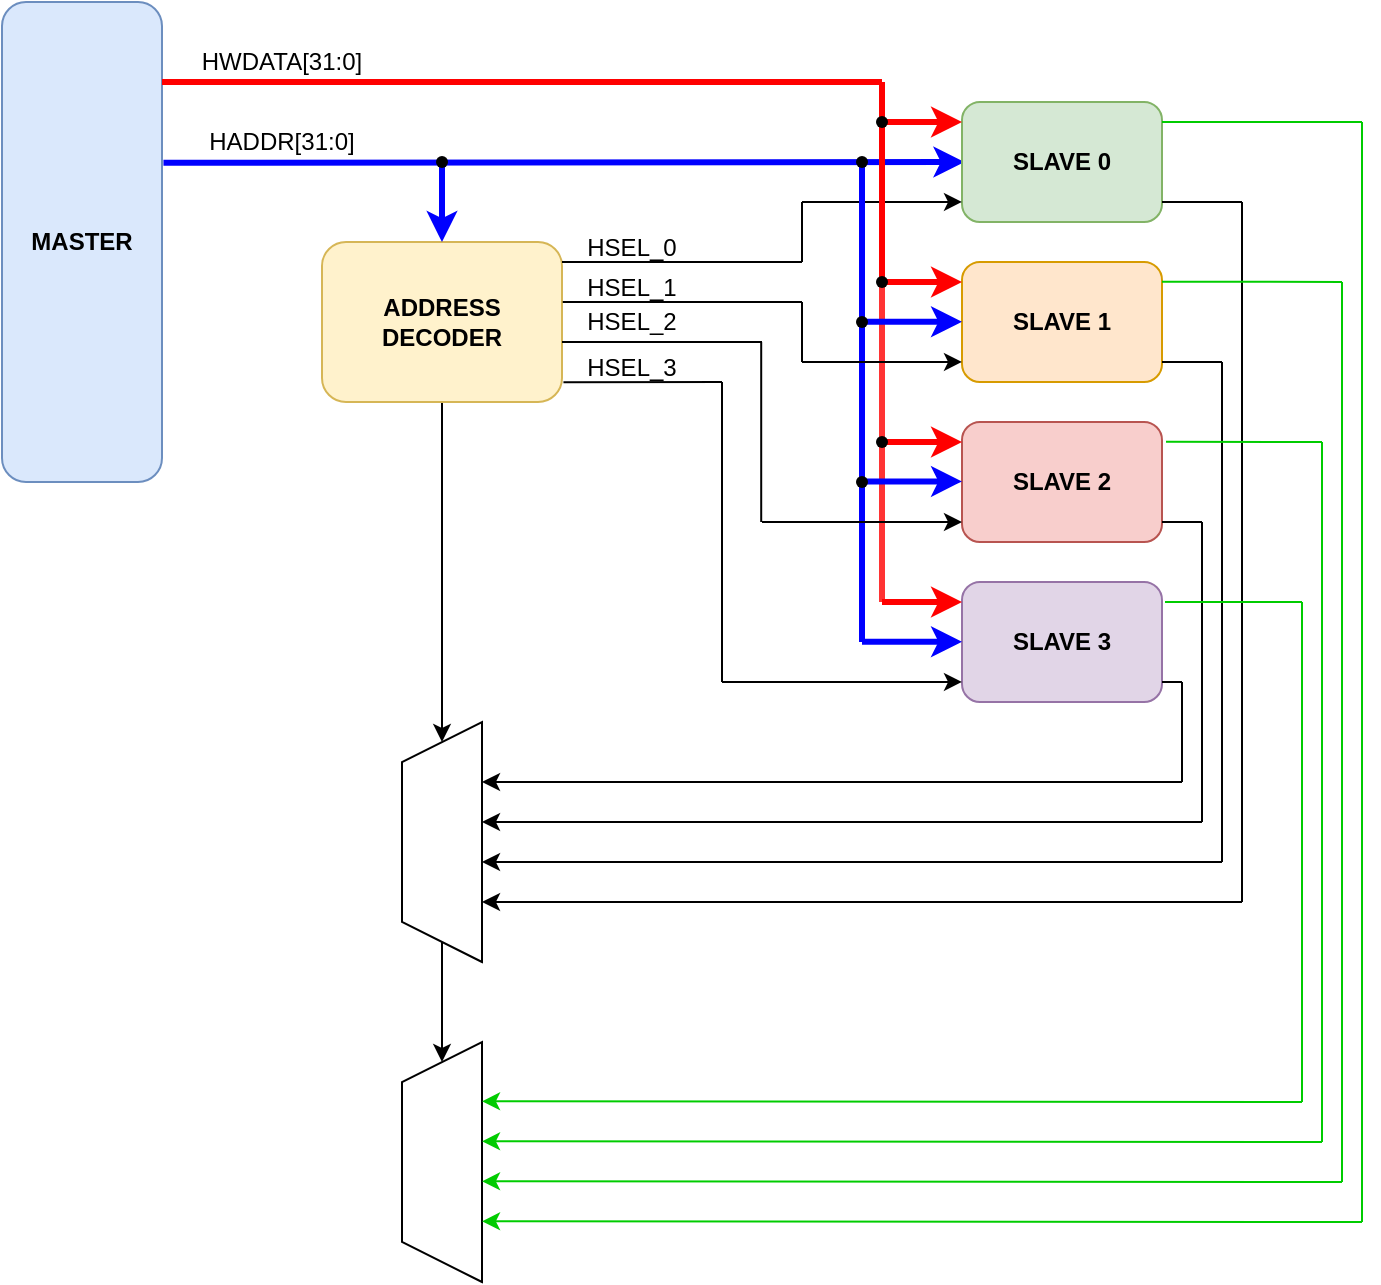
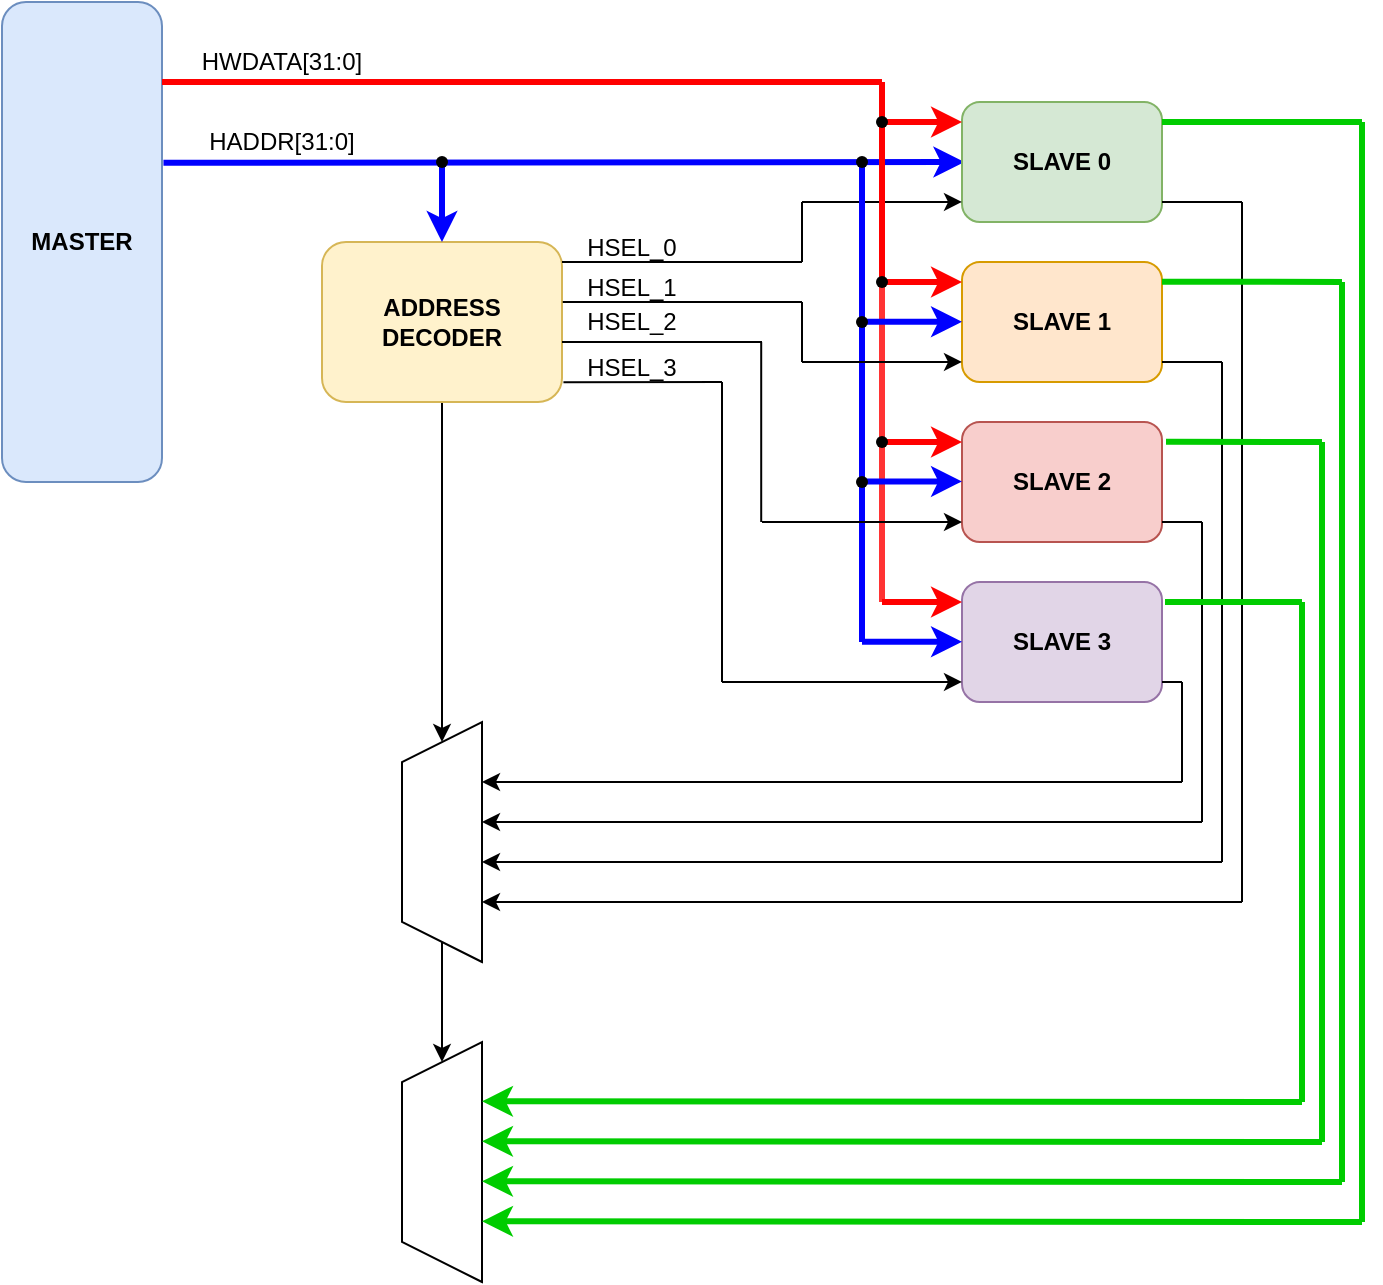
<mxfile host="app.diagrams.net" agent="Mozilla/5.0 (Windows NT 10.0; Win64; x64) AppleWebKit/537.36 (KHTML, like Gecko) Chrome/144.0.0.0 Safari/537.36 Edg/144.0.0.0" pages="4">
  <diagram id="00dOMP4ly3Yvcw6Omt_P" name="AHB Block Diagram">
-     <mxGraphModel dx="364" dy="526" grid="1" gridSize="10" guides="1" tooltips="1" connect="1" arrows="1" fold="1" page="1" pageScale="1" pageWidth="850" pageHeight="1100" math="0" shadow="0">
+     <mxGraphModel dx="437" dy="631" grid="1" gridSize="10" guides="1" tooltips="1" connect="1" arrows="1" fold="1" page="1" pageScale="1" pageWidth="850" pageHeight="1100" math="0" shadow="0">
      <root>
        <mxCell id="0" />
        <mxCell id="1" parent="0" />
        <mxCell id="WVtcaOnAu4kVJNJomXHp-1" parent="1" style="rounded=1;whiteSpace=wrap;html=1;fillColor=#dae8fc;strokeColor=#6c8ebf;" value="&lt;b&gt;MASTER&lt;/b&gt;" vertex="1">
          <mxGeometry height="240" width="80" x="80" y="160" as="geometry" />
        </mxCell>
        <mxCell id="WVtcaOnAu4kVJNJomXHp-55" edge="1" parent="1" source="WVtcaOnAu4kVJNJomXHp-3" style="edgeStyle=orthogonalEdgeStyle;rounded=0;orthogonalLoop=1;jettySize=auto;html=1;entryX=1;entryY=0.5;entryDx=0;entryDy=0;" target="WVtcaOnAu4kVJNJomXHp-53">
          <mxGeometry relative="1" as="geometry" />
        </mxCell>
        <mxCell id="WVtcaOnAu4kVJNJomXHp-3" parent="1" style="rounded=1;whiteSpace=wrap;html=1;fillColor=#fff2cc;strokeColor=#d6b656;" value="&lt;b&gt;ADDRESS DECODER&lt;/b&gt;" vertex="1">
          <mxGeometry height="80" width="120" x="240" y="280" as="geometry" />
        </mxCell>
        <mxCell id="WVtcaOnAu4kVJNJomXHp-4" edge="1" parent="1" source="WVtcaOnAu4kVJNJomXHp-1" style="endArrow=classic;html=1;rounded=0;exitX=1.009;exitY=0.335;exitDx=0;exitDy=0;exitPerimeter=0;strokeWidth=3;strokeColor=#0000FF;" value="">
          <mxGeometry height="50" relative="1" width="50" as="geometry">
            <mxPoint x="170" y="240" as="sourcePoint" />
            <mxPoint x="561.2" y="240" as="targetPoint" />
          </mxGeometry>
        </mxCell>
        <mxCell id="WVtcaOnAu4kVJNJomXHp-5" edge="1" parent="1" source="WVtcaOnAu4kVJNJomXHp-6" style="endArrow=classic;html=1;rounded=0;entryX=0.5;entryY=0;entryDx=0;entryDy=0;strokeWidth=3;strokeColor=#0000FF;" target="WVtcaOnAu4kVJNJomXHp-3" value="">
          <mxGeometry height="50" relative="1" width="50" as="geometry">
            <mxPoint x="340" y="240" as="sourcePoint" />
            <mxPoint x="390" y="190" as="targetPoint" />
          </mxGeometry>
        </mxCell>
        <mxCell id="WVtcaOnAu4kVJNJomXHp-6" parent="1" style="shape=waypoint;sketch=0;fillStyle=solid;size=6;pointerEvents=1;points=[];fillColor=none;resizable=0;rotatable=0;perimeter=centerPerimeter;snapToPoint=1;" value="" vertex="1">
          <mxGeometry height="20" width="20" x="290" y="230" as="geometry" />
        </mxCell>
        <mxCell id="WVtcaOnAu4kVJNJomXHp-7" parent="1" style="rounded=1;whiteSpace=wrap;html=1;fillColor=#d5e8d4;strokeColor=#82b366;fontStyle=1" value="SLAVE 0" vertex="1">
          <mxGeometry height="60" width="100" x="560" y="210" as="geometry" />
        </mxCell>
        <mxCell id="WVtcaOnAu4kVJNJomXHp-8" parent="1" style="rounded=1;whiteSpace=wrap;html=1;fillColor=#ffe6cc;strokeColor=#d79b00;fontStyle=1" value="SLAVE 1" vertex="1">
          <mxGeometry height="60" width="100" x="560" y="290" as="geometry" />
        </mxCell>
        <mxCell id="WVtcaOnAu4kVJNJomXHp-9" parent="1" style="rounded=1;whiteSpace=wrap;html=1;fillColor=#f8cecc;strokeColor=#b85450;fontStyle=1" value="SLAVE 2" vertex="1">
          <mxGeometry height="60" width="100" x="560" y="370" as="geometry" />
        </mxCell>
        <mxCell id="WVtcaOnAu4kVJNJomXHp-10" parent="1" style="rounded=1;whiteSpace=wrap;html=1;fillColor=#e1d5e7;strokeColor=#9673a6;fontStyle=1" value="SLAVE 3" vertex="1">
          <mxGeometry height="60" width="100" x="560" y="450" as="geometry" />
        </mxCell>
        <mxCell id="WVtcaOnAu4kVJNJomXHp-11" edge="1" parent="1" source="WVtcaOnAu4kVJNJomXHp-3" style="endArrow=none;html=1;rounded=0;exitX=1;exitY=0.125;exitDx=0;exitDy=0;exitPerimeter=0;" value="">
          <mxGeometry height="50" relative="1" width="50" as="geometry">
            <mxPoint x="410" y="290" as="sourcePoint" />
            <mxPoint x="480" y="290" as="targetPoint" />
          </mxGeometry>
        </mxCell>
        <mxCell id="WVtcaOnAu4kVJNJomXHp-12" edge="1" parent="1" style="endArrow=none;html=1;rounded=0;" value="">
          <mxGeometry height="50" relative="1" width="50" as="geometry">
            <mxPoint x="480" y="290" as="sourcePoint" />
            <mxPoint x="480" y="260" as="targetPoint" />
          </mxGeometry>
        </mxCell>
        <mxCell id="WVtcaOnAu4kVJNJomXHp-13" edge="1" parent="1" style="endArrow=classic;html=1;rounded=0;entryX=0;entryY=0.833;entryDx=0;entryDy=0;entryPerimeter=0;" target="WVtcaOnAu4kVJNJomXHp-7" value="">
          <mxGeometry height="50" relative="1" width="50" as="geometry">
            <mxPoint x="480" y="260" as="sourcePoint" />
            <mxPoint x="540" y="260" as="targetPoint" />
          </mxGeometry>
        </mxCell>
        <mxCell id="WVtcaOnAu4kVJNJomXHp-18" edge="1" parent="1" style="endArrow=none;html=1;rounded=0;strokeWidth=3;strokeColor=#FF0000;" value="">
          <mxGeometry height="50" relative="1" width="50" as="geometry">
            <mxPoint x="160" y="200" as="sourcePoint" />
            <mxPoint x="520" y="200" as="targetPoint" />
          </mxGeometry>
        </mxCell>
        <mxCell id="WVtcaOnAu4kVJNJomXHp-19" edge="1" parent="1" source="WVtcaOnAu4kVJNJomXHp-25" style="endArrow=none;html=1;rounded=0;strokeWidth=3;strokeColor=#FF0000;" value="">
          <mxGeometry height="50" relative="1" width="50" as="geometry">
            <mxPoint x="520" y="380" as="sourcePoint" />
            <mxPoint x="520" y="200" as="targetPoint" />
          </mxGeometry>
        </mxCell>
        <mxCell id="WVtcaOnAu4kVJNJomXHp-20" edge="1" parent="1" style="endArrow=classic;html=1;rounded=0;entryX=0;entryY=0.167;entryDx=0;entryDy=0;entryPerimeter=0;strokeWidth=3;strokeColor=#FF0000;" target="WVtcaOnAu4kVJNJomXHp-7" value="">
          <mxGeometry height="50" relative="1" width="50" as="geometry">
            <mxPoint x="520" y="220" as="sourcePoint" />
            <mxPoint x="570" y="170" as="targetPoint" />
          </mxGeometry>
        </mxCell>
        <mxCell id="WVtcaOnAu4kVJNJomXHp-22" edge="1" parent="1" style="endArrow=classic;html=1;rounded=0;entryX=0;entryY=0.167;entryDx=0;entryDy=0;entryPerimeter=0;strokeWidth=3;strokeColor=#FF0000;" value="">
          <mxGeometry height="50" relative="1" width="50" as="geometry">
            <mxPoint x="520" y="300" as="sourcePoint" />
            <mxPoint x="560" y="300" as="targetPoint" />
          </mxGeometry>
        </mxCell>
        <mxCell id="WVtcaOnAu4kVJNJomXHp-23" parent="1" style="shape=waypoint;sketch=0;fillStyle=solid;size=6;pointerEvents=1;points=[];fillColor=none;resizable=0;rotatable=0;perimeter=centerPerimeter;snapToPoint=1;" value="" vertex="1">
          <mxGeometry height="20" width="20" x="510" y="210" as="geometry" />
        </mxCell>
        <mxCell id="WVtcaOnAu4kVJNJomXHp-24" edge="1" parent="1" style="endArrow=classic;html=1;rounded=0;entryX=0;entryY=0.167;entryDx=0;entryDy=0;entryPerimeter=0;strokeWidth=3;strokeColor=#FF0000;" value="">
          <mxGeometry height="50" relative="1" width="50" as="geometry">
            <mxPoint x="520" y="380" as="sourcePoint" />
            <mxPoint x="560" y="380" as="targetPoint" />
          </mxGeometry>
        </mxCell>
        <mxCell id="WVtcaOnAu4kVJNJomXHp-26" edge="1" parent="1" style="endArrow=none;html=1;rounded=0;strokeWidth=3;strokeColor=#FF3333;" target="WVtcaOnAu4kVJNJomXHp-25" value="">
          <mxGeometry height="50" relative="1" width="50" as="geometry">
            <mxPoint x="520" y="460" as="sourcePoint" />
            <mxPoint x="520" y="200" as="targetPoint" />
          </mxGeometry>
        </mxCell>
        <mxCell id="WVtcaOnAu4kVJNJomXHp-25" parent="1" style="shape=waypoint;sketch=0;fillStyle=solid;size=6;pointerEvents=1;points=[];fillColor=none;resizable=0;rotatable=0;perimeter=centerPerimeter;snapToPoint=1;" value="" vertex="1">
          <mxGeometry height="20" width="20" x="510" y="290" as="geometry" />
        </mxCell>
        <mxCell id="WVtcaOnAu4kVJNJomXHp-27" edge="1" parent="1" style="endArrow=none;html=1;rounded=0;strokeWidth=3;strokeColor=#0000FF;" target="WVtcaOnAu4kVJNJomXHp-30" value="">
          <mxGeometry height="50" relative="1" width="50" as="geometry">
            <mxPoint x="510" y="480" as="sourcePoint" />
            <mxPoint x="510" y="240" as="targetPoint" />
          </mxGeometry>
        </mxCell>
        <mxCell id="WVtcaOnAu4kVJNJomXHp-28" edge="1" parent="1" style="endArrow=classic;html=1;rounded=0;entryX=0;entryY=0.167;entryDx=0;entryDy=0;entryPerimeter=0;strokeWidth=3;strokeColor=#0000FF;" value="">
          <mxGeometry height="50" relative="1" width="50" as="geometry">
            <mxPoint x="510" y="399.72" as="sourcePoint" />
            <mxPoint x="560" y="399.72" as="targetPoint" />
          </mxGeometry>
        </mxCell>
        <mxCell id="WVtcaOnAu4kVJNJomXHp-29" edge="1" parent="1" style="endArrow=classic;html=1;rounded=0;entryX=0;entryY=0.167;entryDx=0;entryDy=0;entryPerimeter=0;strokeWidth=3;strokeColor=#0000FF;" value="">
          <mxGeometry height="50" relative="1" width="50" as="geometry">
            <mxPoint x="510" y="319.86" as="sourcePoint" />
            <mxPoint x="560" y="319.86" as="targetPoint" />
          </mxGeometry>
        </mxCell>
        <mxCell id="WVtcaOnAu4kVJNJomXHp-30" parent="1" style="shape=waypoint;sketch=0;fillStyle=solid;size=6;pointerEvents=1;points=[];fillColor=none;resizable=0;rotatable=0;perimeter=centerPerimeter;snapToPoint=1;" value="" vertex="1">
          <mxGeometry height="20" width="20" x="500.0000000000001" y="230" as="geometry" />
        </mxCell>
        <mxCell id="WVtcaOnAu4kVJNJomXHp-31" parent="1" style="shape=waypoint;sketch=0;fillStyle=solid;size=6;pointerEvents=1;points=[];fillColor=none;resizable=0;rotatable=0;perimeter=centerPerimeter;snapToPoint=1;" value="" vertex="1">
          <mxGeometry height="20" width="20" x="500" y="310" as="geometry" />
        </mxCell>
        <mxCell id="WVtcaOnAu4kVJNJomXHp-32" edge="1" parent="1" style="endArrow=classic;html=1;rounded=0;entryX=0;entryY=0.167;entryDx=0;entryDy=0;entryPerimeter=0;strokeWidth=3;strokeColor=#FF0000;" value="">
          <mxGeometry height="50" relative="1" width="50" as="geometry">
            <mxPoint x="520" y="460" as="sourcePoint" />
            <mxPoint x="560" y="460" as="targetPoint" />
          </mxGeometry>
        </mxCell>
        <mxCell id="WVtcaOnAu4kVJNJomXHp-33" edge="1" parent="1" style="endArrow=classic;html=1;rounded=0;entryX=0;entryY=0.167;entryDx=0;entryDy=0;entryPerimeter=0;strokeWidth=3;strokeColor=#0000FF;" value="">
          <mxGeometry height="50" relative="1" width="50" as="geometry">
            <mxPoint x="510" y="479.88" as="sourcePoint" />
            <mxPoint x="560" y="479.88" as="targetPoint" />
          </mxGeometry>
        </mxCell>
        <mxCell id="WVtcaOnAu4kVJNJomXHp-34" parent="1" style="shape=waypoint;sketch=0;fillStyle=solid;size=6;pointerEvents=1;points=[];fillColor=none;resizable=0;rotatable=0;perimeter=centerPerimeter;snapToPoint=1;" value="" vertex="1">
          <mxGeometry height="20" width="20" x="510" y="370" as="geometry" />
        </mxCell>
        <mxCell id="WVtcaOnAu4kVJNJomXHp-35" parent="1" style="shape=waypoint;sketch=0;fillStyle=solid;size=6;pointerEvents=1;points=[];fillColor=none;resizable=0;rotatable=0;perimeter=centerPerimeter;snapToPoint=1;" value="" vertex="1">
          <mxGeometry height="20" width="20" x="500" y="390" as="geometry" />
        </mxCell>
        <mxCell id="WVtcaOnAu4kVJNJomXHp-38" edge="1" parent="1" source="WVtcaOnAu4kVJNJomXHp-3" style="endArrow=none;html=1;rounded=0;exitX=1.003;exitY=0.375;exitDx=0;exitDy=0;exitPerimeter=0;" value="">
          <mxGeometry height="50" relative="1" width="50" as="geometry">
            <mxPoint x="400" y="310" as="sourcePoint" />
            <mxPoint x="480" y="310" as="targetPoint" />
          </mxGeometry>
        </mxCell>
        <mxCell id="WVtcaOnAu4kVJNJomXHp-39" edge="1" parent="1" source="WVtcaOnAu4kVJNJomXHp-3" style="endArrow=none;html=1;rounded=0;exitX=1;exitY=0.625;exitDx=0;exitDy=0;exitPerimeter=0;" value="">
          <mxGeometry height="50" relative="1" width="50" as="geometry">
            <mxPoint x="400" y="330" as="sourcePoint" />
            <mxPoint x="460" y="330" as="targetPoint" />
          </mxGeometry>
        </mxCell>
        <mxCell id="WVtcaOnAu4kVJNJomXHp-40" edge="1" parent="1" source="WVtcaOnAu4kVJNJomXHp-3" style="endArrow=none;html=1;rounded=0;exitX=1.006;exitY=0.877;exitDx=0;exitDy=0;exitPerimeter=0;" value="">
          <mxGeometry height="50" relative="1" width="50" as="geometry">
            <mxPoint x="400" y="350" as="sourcePoint" />
            <mxPoint x="440" y="350" as="targetPoint" />
          </mxGeometry>
        </mxCell>
        <mxCell id="WVtcaOnAu4kVJNJomXHp-41" edge="1" parent="1" style="endArrow=none;html=1;rounded=0;" value="">
          <mxGeometry height="50" relative="1" width="50" as="geometry">
            <mxPoint x="440" y="500" as="sourcePoint" />
            <mxPoint x="440" y="350" as="targetPoint" />
          </mxGeometry>
        </mxCell>
        <mxCell id="WVtcaOnAu4kVJNJomXHp-42" edge="1" parent="1" style="endArrow=classic;html=1;rounded=0;entryX=0;entryY=0.833;entryDx=0;entryDy=0;entryPerimeter=0;" target="WVtcaOnAu4kVJNJomXHp-10" value="">
          <mxGeometry height="50" relative="1" width="50" as="geometry">
            <mxPoint x="440" y="499.98" as="sourcePoint" />
            <mxPoint x="470" y="450" as="targetPoint" />
          </mxGeometry>
        </mxCell>
        <mxCell id="WVtcaOnAu4kVJNJomXHp-43" edge="1" parent="1" style="endArrow=none;html=1;rounded=0;" value="">
          <mxGeometry height="50" relative="1" width="50" as="geometry">
            <mxPoint x="459.6" y="420" as="sourcePoint" />
            <mxPoint x="459.6" y="330" as="targetPoint" />
          </mxGeometry>
        </mxCell>
        <mxCell id="WVtcaOnAu4kVJNJomXHp-44" edge="1" parent="1" style="endArrow=classic;html=1;rounded=0;entryX=0;entryY=0.833;entryDx=0;entryDy=0;entryPerimeter=0;" value="">
          <mxGeometry height="50" relative="1" width="50" as="geometry">
            <mxPoint x="460" y="420" as="sourcePoint" />
            <mxPoint x="560" y="420" as="targetPoint" />
          </mxGeometry>
        </mxCell>
        <mxCell id="WVtcaOnAu4kVJNJomXHp-45" edge="1" parent="1" style="endArrow=none;html=1;rounded=0;" value="">
          <mxGeometry height="50" relative="1" width="50" as="geometry">
            <mxPoint x="480" y="340" as="sourcePoint" />
            <mxPoint x="480" y="310" as="targetPoint" />
          </mxGeometry>
        </mxCell>
        <mxCell id="WVtcaOnAu4kVJNJomXHp-46" edge="1" parent="1" style="endArrow=classic;html=1;rounded=0;entryX=0;entryY=0.833;entryDx=0;entryDy=0;entryPerimeter=0;" target="WVtcaOnAu4kVJNJomXHp-8" value="">
          <mxGeometry height="50" relative="1" width="50" as="geometry">
            <mxPoint x="480" y="340" as="sourcePoint" />
            <mxPoint x="550" y="340" as="targetPoint" />
          </mxGeometry>
        </mxCell>
        <mxCell id="WVtcaOnAu4kVJNJomXHp-47" parent="1" style="text;html=1;whiteSpace=wrap;strokeColor=none;fillColor=none;align=center;verticalAlign=middle;rounded=0;" value="HSEL_0" vertex="1">
          <mxGeometry height="15" width="60" x="365" y="275" as="geometry" />
        </mxCell>
        <mxCell id="WVtcaOnAu4kVJNJomXHp-48" parent="1" style="text;html=1;whiteSpace=wrap;strokeColor=none;fillColor=none;align=center;verticalAlign=middle;rounded=0;" value="HSEL_1" vertex="1">
          <mxGeometry height="15" width="60" x="365" y="295" as="geometry" />
        </mxCell>
        <mxCell id="WVtcaOnAu4kVJNJomXHp-49" parent="1" style="text;html=1;whiteSpace=wrap;strokeColor=none;fillColor=none;align=center;verticalAlign=middle;rounded=0;" value="HSEL_2" vertex="1">
          <mxGeometry height="7.5" width="60" x="365" y="316.25" as="geometry" />
        </mxCell>
        <mxCell id="WVtcaOnAu4kVJNJomXHp-50" parent="1" style="text;html=1;whiteSpace=wrap;strokeColor=none;fillColor=none;align=center;verticalAlign=middle;rounded=0;" value="HSEL_3" vertex="1">
          <mxGeometry height="15" width="60" x="365" y="335" as="geometry" />
        </mxCell>
        <mxCell id="WVtcaOnAu4kVJNJomXHp-51" parent="1" style="text;html=1;whiteSpace=wrap;strokeColor=none;fillColor=none;align=center;verticalAlign=middle;rounded=0;" value="HWDATA[31:0]" vertex="1">
          <mxGeometry height="20" width="80" x="180" y="180" as="geometry" />
        </mxCell>
        <mxCell id="WVtcaOnAu4kVJNJomXHp-52" parent="1" style="text;html=1;whiteSpace=wrap;strokeColor=none;fillColor=none;align=center;verticalAlign=middle;rounded=0;" value="HADDR[31:0]" vertex="1">
          <mxGeometry height="20" width="80" x="180" y="220" as="geometry" />
        </mxCell>
        <mxCell id="WVtcaOnAu4kVJNJomXHp-53" parent="1" style="shape=trapezoid;perimeter=trapezoidPerimeter;whiteSpace=wrap;html=1;fixedSize=1;rotation=-90;" value="" vertex="1">
          <mxGeometry height="40" width="120" x="240" y="560" as="geometry" />
        </mxCell>
        <mxCell id="WVtcaOnAu4kVJNJomXHp-54" parent="1" style="shape=trapezoid;perimeter=trapezoidPerimeter;whiteSpace=wrap;html=1;fixedSize=1;rotation=-90;" value="" vertex="1">
          <mxGeometry height="40" width="120" x="240" y="720" as="geometry" />
        </mxCell>
        <mxCell id="WVtcaOnAu4kVJNJomXHp-56" edge="1" parent="1" source="WVtcaOnAu4kVJNJomXHp-53" style="endArrow=classic;html=1;rounded=0;exitX=0;exitY=0.5;exitDx=0;exitDy=0;entryX=1;entryY=0.5;entryDx=0;entryDy=0;" target="WVtcaOnAu4kVJNJomXHp-54" value="">
          <mxGeometry height="50" relative="1" width="50" as="geometry">
            <mxPoint x="360" y="680" as="sourcePoint" />
            <mxPoint x="410" y="630" as="targetPoint" />
          </mxGeometry>
        </mxCell>
        <mxCell id="WVtcaOnAu4kVJNJomXHp-58" edge="1" parent="1" style="endArrow=classic;html=1;rounded=0;" value="">
          <mxGeometry height="50" relative="1" width="50" as="geometry">
            <mxPoint x="670" y="550" as="sourcePoint" />
            <mxPoint x="320" y="550" as="targetPoint" />
          </mxGeometry>
        </mxCell>
        <mxCell id="WVtcaOnAu4kVJNJomXHp-59" edge="1" parent="1" style="endArrow=classic;html=1;rounded=0;" value="">
          <mxGeometry height="50" relative="1" width="50" as="geometry">
            <mxPoint x="680" y="570" as="sourcePoint" />
            <mxPoint x="320" y="570" as="targetPoint" />
          </mxGeometry>
        </mxCell>
        <mxCell id="WVtcaOnAu4kVJNJomXHp-60" edge="1" parent="1" style="endArrow=classic;html=1;rounded=0;" value="">
          <mxGeometry height="50" relative="1" width="50" as="geometry">
            <mxPoint x="690" y="590" as="sourcePoint" />
            <mxPoint x="320" y="590" as="targetPoint" />
          </mxGeometry>
        </mxCell>
        <mxCell id="WVtcaOnAu4kVJNJomXHp-61" edge="1" parent="1" style="endArrow=classic;html=1;rounded=0;" value="">
          <mxGeometry height="50" relative="1" width="50" as="geometry">
            <mxPoint x="700" y="610" as="sourcePoint" />
            <mxPoint x="320" y="610" as="targetPoint" />
          </mxGeometry>
        </mxCell>
        <mxCell id="WVtcaOnAu4kVJNJomXHp-62" edge="1" parent="1" style="endArrow=none;html=1;rounded=0;" value="">
          <mxGeometry height="50" relative="1" width="50" as="geometry">
            <mxPoint x="670" y="550" as="sourcePoint" />
            <mxPoint x="670" y="500" as="targetPoint" />
          </mxGeometry>
        </mxCell>
        <mxCell id="WVtcaOnAu4kVJNJomXHp-63" edge="1" parent="1" style="endArrow=none;html=1;rounded=0;" value="">
          <mxGeometry height="50" relative="1" width="50" as="geometry">
            <mxPoint x="660" y="500" as="sourcePoint" />
            <mxPoint x="670" y="500" as="targetPoint" />
          </mxGeometry>
        </mxCell>
        <mxCell id="WVtcaOnAu4kVJNJomXHp-64" edge="1" parent="1" style="endArrow=none;html=1;rounded=0;" value="">
          <mxGeometry height="50" relative="1" width="50" as="geometry">
            <mxPoint x="680" y="570" as="sourcePoint" />
            <mxPoint x="680" y="420" as="targetPoint" />
          </mxGeometry>
        </mxCell>
        <mxCell id="WVtcaOnAu4kVJNJomXHp-65" edge="1" parent="1" style="endArrow=none;html=1;rounded=0;" value="">
          <mxGeometry height="50" relative="1" width="50" as="geometry">
            <mxPoint x="660" y="420" as="sourcePoint" />
            <mxPoint x="680" y="420" as="targetPoint" />
          </mxGeometry>
        </mxCell>
        <mxCell id="WVtcaOnAu4kVJNJomXHp-66" edge="1" parent="1" style="endArrow=none;html=1;rounded=0;" value="">
          <mxGeometry height="50" relative="1" width="50" as="geometry">
            <mxPoint x="690" y="590" as="sourcePoint" />
            <mxPoint x="690" y="340" as="targetPoint" />
          </mxGeometry>
        </mxCell>
        <mxCell id="WVtcaOnAu4kVJNJomXHp-67" edge="1" parent="1" style="endArrow=none;html=1;rounded=0;" value="">
          <mxGeometry height="50" relative="1" width="50" as="geometry">
            <mxPoint x="660" y="340" as="sourcePoint" />
            <mxPoint x="690" y="340" as="targetPoint" />
          </mxGeometry>
        </mxCell>
        <mxCell id="WVtcaOnAu4kVJNJomXHp-69" edge="1" parent="1" style="endArrow=none;html=1;rounded=0;" value="">
          <mxGeometry height="50" relative="1" width="50" as="geometry">
            <mxPoint x="700" y="610" as="sourcePoint" />
            <mxPoint x="700" y="260" as="targetPoint" />
          </mxGeometry>
        </mxCell>
        <mxCell id="WVtcaOnAu4kVJNJomXHp-71" edge="1" parent="1" style="endArrow=none;html=1;rounded=0;" value="">
          <mxGeometry height="50" relative="1" width="50" as="geometry">
            <mxPoint x="660" y="260" as="sourcePoint" />
            <mxPoint x="700" y="260" as="targetPoint" />
          </mxGeometry>
        </mxCell>
-         <mxCell id="WVtcaOnAu4kVJNJomXHp-72" edge="1" parent="1" style="endArrow=classic;html=1;rounded=0;strokeColor=#00CC00;" value="">
+         <mxCell id="WVtcaOnAu4kVJNJomXHp-72" edge="1" parent="1" style="endArrow=classic;html=1;rounded=0;strokeColor=#00CC00;strokeWidth=3;" value="">
          <mxGeometry height="50" relative="1" width="50" as="geometry">
            <mxPoint x="730" y="710" as="sourcePoint" />
            <mxPoint x="320" y="709.66" as="targetPoint" />
          </mxGeometry>
        </mxCell>
-         <mxCell id="WVtcaOnAu4kVJNJomXHp-73" edge="1" parent="1" style="endArrow=classic;html=1;rounded=0;strokeColor=#00CC00;" value="">
+         <mxCell id="WVtcaOnAu4kVJNJomXHp-73" edge="1" parent="1" style="endArrow=classic;html=1;rounded=0;strokeColor=#00CC00;strokeWidth=3;" value="">
          <mxGeometry height="50" relative="1" width="50" as="geometry">
            <mxPoint x="740" y="730" as="sourcePoint" />
            <mxPoint x="320" y="729.66" as="targetPoint" />
          </mxGeometry>
        </mxCell>
-         <mxCell id="WVtcaOnAu4kVJNJomXHp-74" edge="1" parent="1" style="endArrow=classic;html=1;rounded=0;strokeColor=#00CC00;" value="">
+         <mxCell id="WVtcaOnAu4kVJNJomXHp-74" edge="1" parent="1" style="endArrow=classic;html=1;rounded=0;strokeColor=#00CC00;strokeWidth=3;" value="">
          <mxGeometry height="50" relative="1" width="50" as="geometry">
            <mxPoint x="750" y="750" as="sourcePoint" />
            <mxPoint x="320" y="749.66" as="targetPoint" />
          </mxGeometry>
        </mxCell>
-         <mxCell id="WVtcaOnAu4kVJNJomXHp-75" edge="1" parent="1" style="endArrow=classic;html=1;rounded=0;strokeColor=#00CC00;" value="">
+         <mxCell id="WVtcaOnAu4kVJNJomXHp-75" edge="1" parent="1" style="endArrow=classic;html=1;rounded=0;strokeColor=#00CC00;strokeWidth=3;" value="">
          <mxGeometry height="50" relative="1" width="50" as="geometry">
            <mxPoint x="760" y="770" as="sourcePoint" />
            <mxPoint x="320" y="769.66" as="targetPoint" />
          </mxGeometry>
        </mxCell>
-         <mxCell id="WVtcaOnAu4kVJNJomXHp-76" edge="1" parent="1" style="endArrow=none;html=1;rounded=0;strokeColor=#00CC00;" value="">
+         <mxCell id="WVtcaOnAu4kVJNJomXHp-76" edge="1" parent="1" style="endArrow=none;html=1;rounded=0;strokeColor=#00CC00;strokeWidth=3;" value="">
          <mxGeometry height="50" relative="1" width="50" as="geometry">
            <mxPoint x="730" y="710" as="sourcePoint" />
            <mxPoint x="730" y="460" as="targetPoint" />
          </mxGeometry>
        </mxCell>
-         <mxCell id="WVtcaOnAu4kVJNJomXHp-77" edge="1" parent="1" style="endArrow=none;html=1;rounded=0;strokeColor=#00CC00;" value="">
+         <mxCell id="WVtcaOnAu4kVJNJomXHp-77" edge="1" parent="1" style="endArrow=none;html=1;rounded=0;strokeColor=#00CC00;strokeWidth=3;" value="">
          <mxGeometry height="50" relative="1" width="50" as="geometry">
            <mxPoint x="740" y="730" as="sourcePoint" />
            <mxPoint x="740" y="380" as="targetPoint" />
          </mxGeometry>
        </mxCell>
-         <mxCell id="WVtcaOnAu4kVJNJomXHp-78" edge="1" parent="1" style="endArrow=none;html=1;rounded=0;strokeColor=#00CC00;" value="">
+         <mxCell id="WVtcaOnAu4kVJNJomXHp-78" edge="1" parent="1" style="endArrow=none;html=1;rounded=0;strokeColor=#00CC00;strokeWidth=3;" value="">
          <mxGeometry height="50" relative="1" width="50" as="geometry">
            <mxPoint x="750" y="750" as="sourcePoint" />
            <mxPoint x="750" y="300" as="targetPoint" />
          </mxGeometry>
        </mxCell>
-         <mxCell id="WVtcaOnAu4kVJNJomXHp-79" edge="1" parent="1" style="endArrow=none;html=1;rounded=0;strokeColor=#00CC00;" value="">
+         <mxCell id="WVtcaOnAu4kVJNJomXHp-79" edge="1" parent="1" style="endArrow=none;html=1;rounded=0;strokeColor=#00CC00;strokeWidth=3;" value="">
          <mxGeometry height="50" relative="1" width="50" as="geometry">
            <mxPoint x="760" y="770" as="sourcePoint" />
            <mxPoint x="760" y="220" as="targetPoint" />
          </mxGeometry>
        </mxCell>
-         <mxCell id="WVtcaOnAu4kVJNJomXHp-80" edge="1" parent="1" source="WVtcaOnAu4kVJNJomXHp-10" style="endArrow=none;html=1;rounded=0;exitX=1.015;exitY=0.166;exitDx=0;exitDy=0;exitPerimeter=0;strokeColor=#00CC00;" value="">
+         <mxCell id="WVtcaOnAu4kVJNJomXHp-80" edge="1" parent="1" source="WVtcaOnAu4kVJNJomXHp-10" style="endArrow=none;html=1;rounded=0;exitX=1.015;exitY=0.166;exitDx=0;exitDy=0;exitPerimeter=0;strokeColor=#00CC00;strokeWidth=3;" value="">
          <mxGeometry height="50" relative="1" width="50" as="geometry">
            <mxPoint x="680" y="510" as="sourcePoint" />
            <mxPoint x="730" y="460" as="targetPoint" />
          </mxGeometry>
        </mxCell>
-         <mxCell id="WVtcaOnAu4kVJNJomXHp-81" edge="1" parent="1" style="endArrow=none;html=1;rounded=0;exitX=1.015;exitY=0.166;exitDx=0;exitDy=0;exitPerimeter=0;strokeColor=#00CC00;" value="">
+         <mxCell id="WVtcaOnAu4kVJNJomXHp-81" edge="1" parent="1" style="endArrow=none;html=1;rounded=0;exitX=1.015;exitY=0.166;exitDx=0;exitDy=0;exitPerimeter=0;strokeColor=#00CC00;strokeWidth=3;" value="">
          <mxGeometry height="50" relative="1" width="50" as="geometry">
            <mxPoint x="662" y="379.87" as="sourcePoint" />
            <mxPoint x="740" y="380" as="targetPoint" />
          </mxGeometry>
        </mxCell>
-         <mxCell id="WVtcaOnAu4kVJNJomXHp-82" edge="1" parent="1" style="endArrow=none;html=1;rounded=0;exitX=1.015;exitY=0.166;exitDx=0;exitDy=0;exitPerimeter=0;strokeColor=#00CC00;" value="">
+         <mxCell id="WVtcaOnAu4kVJNJomXHp-82" edge="1" parent="1" style="endArrow=none;html=1;rounded=0;exitX=1.015;exitY=0.166;exitDx=0;exitDy=0;exitPerimeter=0;strokeColor=#00CC00;strokeWidth=3;" value="">
          <mxGeometry height="50" relative="1" width="50" as="geometry">
            <mxPoint x="660" y="299.83" as="sourcePoint" />
            <mxPoint x="750" y="300" as="targetPoint" />
          </mxGeometry>
        </mxCell>
-         <mxCell id="WVtcaOnAu4kVJNJomXHp-83" edge="1" parent="1" style="endArrow=none;html=1;rounded=0;exitX=1.015;exitY=0.166;exitDx=0;exitDy=0;exitPerimeter=0;strokeColor=#00CC00;" value="">
+         <mxCell id="WVtcaOnAu4kVJNJomXHp-83" edge="1" parent="1" style="endArrow=none;html=1;rounded=0;exitX=1.015;exitY=0.166;exitDx=0;exitDy=0;exitPerimeter=0;strokeColor=#00CC00;strokeWidth=3;" value="">
          <mxGeometry height="50" relative="1" width="50" as="geometry">
            <mxPoint x="660" y="220" as="sourcePoint" />
            <mxPoint x="760" y="220" as="targetPoint" />
          </mxGeometry>
        </mxCell>
      </root>
    </mxGraphModel>
  </diagram>
  <diagram name="AHB Interface" id="AxdGKtdG9Rmgfqjtrl1U">
    <mxGraphModel dx="2046" dy="1106" grid="1" gridSize="10" guides="1" tooltips="1" connect="1" arrows="1" fold="1" page="1" pageScale="1" pageWidth="850" pageHeight="1100" math="0" shadow="0">
      <root>
        <mxCell id="0" />
        <mxCell id="1" parent="0" />
        <mxCell id="BZ9neWvH9tw47nREzwFn-1" parent="1" style="rounded=0;whiteSpace=wrap;html=1;" value="&lt;font style=&quot;font-size: 16px;&quot;&gt;&lt;b&gt;Manager&lt;/b&gt;&lt;/font&gt;" vertex="1">
          <mxGeometry height="200" width="120" x="400" y="80" as="geometry" />
        </mxCell>
        <mxCell id="BZ9neWvH9tw47nREzwFn-2" edge="1" parent="1" style="endArrow=classic;html=1;rounded=0;" value="">
          <mxGeometry height="50" relative="1" width="50" as="geometry">
            <mxPoint x="360" y="100" as="sourcePoint" />
            <mxPoint x="400" y="100" as="targetPoint" />
          </mxGeometry>
        </mxCell>
        <mxCell id="BZ9neWvH9tw47nREzwFn-3" edge="1" parent="1" style="endArrow=classic;html=1;rounded=0;" value="">
          <mxGeometry height="50" relative="1" width="50" as="geometry">
            <mxPoint x="360" y="120" as="sourcePoint" />
            <mxPoint x="400" y="120" as="targetPoint" />
          </mxGeometry>
        </mxCell>
        <mxCell id="BZ9neWvH9tw47nREzwFn-4" parent="1" style="text;html=1;whiteSpace=wrap;strokeColor=none;fillColor=none;align=center;verticalAlign=middle;rounded=0;fontStyle=1" value="HCLK" vertex="1">
          <mxGeometry height="20" width="40" x="320" y="90" as="geometry" />
        </mxCell>
        <mxCell id="BZ9neWvH9tw47nREzwFn-5" parent="1" style="text;html=1;whiteSpace=wrap;strokeColor=none;fillColor=none;align=center;verticalAlign=middle;rounded=0;fontStyle=1" value="HRESETn" vertex="1">
          <mxGeometry height="20" width="60" x="300" y="110" as="geometry" />
        </mxCell>
        <mxCell id="BZ9neWvH9tw47nREzwFn-6" parent="1" style="text;html=1;whiteSpace=wrap;strokeColor=none;fillColor=none;align=center;verticalAlign=middle;rounded=0;fontStyle=1" value="HREADY" vertex="1">
          <mxGeometry height="20" width="60" x="300" y="150" as="geometry" />
        </mxCell>
        <mxCell id="BZ9neWvH9tw47nREzwFn-7" edge="1" parent="1" style="endArrow=classic;html=1;rounded=0;" value="">
          <mxGeometry height="50" relative="1" width="50" as="geometry">
            <mxPoint x="360" y="160" as="sourcePoint" />
            <mxPoint x="400" y="160" as="targetPoint" />
          </mxGeometry>
        </mxCell>
        <mxCell id="BZ9neWvH9tw47nREzwFn-8" edge="1" parent="1" style="endArrow=classic;html=1;rounded=0;" value="">
          <mxGeometry height="50" relative="1" width="50" as="geometry">
            <mxPoint x="360" y="180" as="sourcePoint" />
            <mxPoint x="400" y="180" as="targetPoint" />
          </mxGeometry>
        </mxCell>
        <mxCell id="BZ9neWvH9tw47nREzwFn-9" parent="1" style="text;html=1;whiteSpace=wrap;strokeColor=none;fillColor=none;align=center;verticalAlign=middle;rounded=0;fontStyle=1" value="HSELx" vertex="1">
          <mxGeometry height="20" width="60" x="310" y="430" as="geometry" />
        </mxCell>
        <mxCell id="BZ9neWvH9tw47nREzwFn-10" edge="1" parent="1" style="endArrow=classic;html=1;rounded=0;" value="">
          <mxGeometry height="50" relative="1" width="50" as="geometry">
            <mxPoint x="360" y="260" as="sourcePoint" />
            <mxPoint x="400" y="260" as="targetPoint" />
          </mxGeometry>
        </mxCell>
        <mxCell id="BZ9neWvH9tw47nREzwFn-11" parent="1" style="text;html=1;whiteSpace=wrap;strokeColor=none;fillColor=none;align=center;verticalAlign=middle;rounded=0;fontStyle=1" value="HRDATA[31:0]" vertex="1">
          <mxGeometry height="20" width="90" x="270" y="250" as="geometry" />
        </mxCell>
        <mxCell id="BZ9neWvH9tw47nREzwFn-12" edge="1" parent="1" style="endArrow=classic;html=1;rounded=0;" value="">
          <mxGeometry height="50" relative="1" width="50" as="geometry">
            <mxPoint x="520" y="99.83" as="sourcePoint" />
            <mxPoint x="560" y="99.83" as="targetPoint" />
          </mxGeometry>
        </mxCell>
        <mxCell id="BZ9neWvH9tw47nREzwFn-13" edge="1" parent="1" style="endArrow=classic;html=1;rounded=0;" value="">
          <mxGeometry height="50" relative="1" width="50" as="geometry">
            <mxPoint x="520" y="119.83" as="sourcePoint" />
            <mxPoint x="560" y="119.83" as="targetPoint" />
          </mxGeometry>
        </mxCell>
        <mxCell id="BZ9neWvH9tw47nREzwFn-14" edge="1" parent="1" style="endArrow=classic;html=1;rounded=0;" value="">
          <mxGeometry height="50" relative="1" width="50" as="geometry">
            <mxPoint x="520" y="159.83" as="sourcePoint" />
            <mxPoint x="560" y="159.83" as="targetPoint" />
          </mxGeometry>
        </mxCell>
        <mxCell id="BZ9neWvH9tw47nREzwFn-15" edge="1" parent="1" style="endArrow=classic;html=1;rounded=0;" value="">
          <mxGeometry height="50" relative="1" width="50" as="geometry">
            <mxPoint x="520" y="140" as="sourcePoint" />
            <mxPoint x="560" y="140" as="targetPoint" />
          </mxGeometry>
        </mxCell>
        <mxCell id="BZ9neWvH9tw47nREzwFn-16" edge="1" parent="1" style="endArrow=classic;html=1;rounded=0;" value="">
          <mxGeometry height="50" relative="1" width="50" as="geometry">
            <mxPoint x="520" y="179.83" as="sourcePoint" />
            <mxPoint x="560" y="179.83" as="targetPoint" />
          </mxGeometry>
        </mxCell>
        <mxCell id="BZ9neWvH9tw47nREzwFn-17" edge="1" parent="1" style="endArrow=classic;html=1;rounded=0;" value="">
          <mxGeometry height="50" relative="1" width="50" as="geometry">
            <mxPoint x="520" y="200" as="sourcePoint" />
            <mxPoint x="560" y="200" as="targetPoint" />
          </mxGeometry>
        </mxCell>
        <mxCell id="BZ9neWvH9tw47nREzwFn-18" parent="1" style="text;html=1;whiteSpace=wrap;strokeColor=none;fillColor=none;align=center;verticalAlign=middle;rounded=0;fontStyle=1" value="HADDR[31:0]" vertex="1">
          <mxGeometry height="20" width="80" x="560" y="90" as="geometry" />
        </mxCell>
        <mxCell id="BZ9neWvH9tw47nREzwFn-19" parent="1" style="text;html=1;whiteSpace=wrap;strokeColor=none;fillColor=none;align=center;verticalAlign=middle;rounded=0;fontStyle=1" value="HWRITE" vertex="1">
          <mxGeometry height="20" width="60" x="560" y="110" as="geometry" />
        </mxCell>
        <mxCell id="BZ9neWvH9tw47nREzwFn-20" parent="1" style="text;html=1;whiteSpace=wrap;strokeColor=none;fillColor=none;align=center;verticalAlign=middle;rounded=0;fontStyle=1" value="HSIZE[2:0]" vertex="1">
          <mxGeometry height="20" width="70" x="560" y="130" as="geometry" />
        </mxCell>
        <mxCell id="BZ9neWvH9tw47nREzwFn-21" parent="1" style="text;html=1;whiteSpace=wrap;strokeColor=none;fillColor=none;align=center;verticalAlign=middle;rounded=0;fontStyle=1" value="HBURST[2:0]" vertex="1">
          <mxGeometry height="20" width="80" x="560" y="150" as="geometry" />
        </mxCell>
        <mxCell id="BZ9neWvH9tw47nREzwFn-22" parent="1" style="text;html=1;whiteSpace=wrap;strokeColor=none;fillColor=none;align=center;verticalAlign=middle;rounded=0;fontStyle=1" value="HPROT[3:0]" vertex="1">
          <mxGeometry height="20" width="80" x="560" y="170" as="geometry" />
        </mxCell>
        <mxCell id="BZ9neWvH9tw47nREzwFn-23" parent="1" style="text;html=1;whiteSpace=wrap;strokeColor=none;fillColor=none;align=center;verticalAlign=middle;rounded=0;fontStyle=1" value="HTRANS[1:0]" vertex="1">
          <mxGeometry height="20" width="80" x="560" y="190" as="geometry" />
        </mxCell>
        <mxCell id="BZ9neWvH9tw47nREzwFn-24" edge="1" parent="1" style="endArrow=classic;html=1;rounded=0;" value="">
          <mxGeometry height="50" relative="1" width="50" as="geometry">
            <mxPoint x="520" y="220" as="sourcePoint" />
            <mxPoint x="560" y="220" as="targetPoint" />
          </mxGeometry>
        </mxCell>
        <mxCell id="BZ9neWvH9tw47nREzwFn-25" parent="1" style="text;html=1;whiteSpace=wrap;strokeColor=none;fillColor=none;align=center;verticalAlign=middle;rounded=0;fontStyle=1" value="HMASTLOCK" vertex="1">
          <mxGeometry height="20" width="80" x="560" y="210" as="geometry" />
        </mxCell>
        <mxCell id="BZ9neWvH9tw47nREzwFn-26" edge="1" parent="1" style="endArrow=classic;html=1;rounded=0;" value="">
          <mxGeometry height="50" relative="1" width="50" as="geometry">
            <mxPoint x="520" y="259.8" as="sourcePoint" />
            <mxPoint x="560" y="259.8" as="targetPoint" />
          </mxGeometry>
        </mxCell>
        <mxCell id="BZ9neWvH9tw47nREzwFn-30" parent="1" style="text;html=1;whiteSpace=wrap;strokeColor=none;fillColor=none;align=center;verticalAlign=middle;rounded=0;fontStyle=1" value="HWDATA[31:0]" vertex="1">
          <mxGeometry height="20" width="95" x="555" y="250" as="geometry" />
        </mxCell>
        <mxCell id="BZ9neWvH9tw47nREzwFn-31" parent="1" style="rounded=0;whiteSpace=wrap;html=1;" value="&lt;font style=&quot;font-size: 16px;&quot;&gt;&lt;b&gt;Slave&lt;/b&gt;&lt;/font&gt;" vertex="1">
          <mxGeometry height="320" width="120" x="400" y="360" as="geometry" />
        </mxCell>
        <mxCell id="BZ9neWvH9tw47nREzwFn-32" edge="1" parent="1" style="endArrow=classic;html=1;rounded=0;" value="">
          <mxGeometry height="50" relative="1" width="50" as="geometry">
            <mxPoint x="360" y="489.83" as="sourcePoint" />
            <mxPoint x="400" y="489.83" as="targetPoint" />
          </mxGeometry>
        </mxCell>
        <mxCell id="BZ9neWvH9tw47nREzwFn-33" edge="1" parent="1" style="endArrow=classic;html=1;rounded=0;" value="">
          <mxGeometry height="50" relative="1" width="50" as="geometry">
            <mxPoint x="360" y="509.83" as="sourcePoint" />
            <mxPoint x="400" y="509.83" as="targetPoint" />
          </mxGeometry>
        </mxCell>
        <mxCell id="BZ9neWvH9tw47nREzwFn-34" edge="1" parent="1" style="endArrow=classic;html=1;rounded=0;" value="">
          <mxGeometry height="50" relative="1" width="50" as="geometry">
            <mxPoint x="360" y="549.83" as="sourcePoint" />
            <mxPoint x="400" y="549.83" as="targetPoint" />
          </mxGeometry>
        </mxCell>
        <mxCell id="BZ9neWvH9tw47nREzwFn-35" edge="1" parent="1" style="endArrow=classic;html=1;rounded=0;" value="">
          <mxGeometry height="50" relative="1" width="50" as="geometry">
            <mxPoint x="360" y="530" as="sourcePoint" />
            <mxPoint x="400" y="530" as="targetPoint" />
          </mxGeometry>
        </mxCell>
        <mxCell id="BZ9neWvH9tw47nREzwFn-36" edge="1" parent="1" style="endArrow=classic;html=1;rounded=0;" value="">
          <mxGeometry height="50" relative="1" width="50" as="geometry">
            <mxPoint x="360" y="569.83" as="sourcePoint" />
            <mxPoint x="400" y="569.83" as="targetPoint" />
          </mxGeometry>
        </mxCell>
        <mxCell id="BZ9neWvH9tw47nREzwFn-37" edge="1" parent="1" style="endArrow=classic;html=1;rounded=0;" value="">
          <mxGeometry height="50" relative="1" width="50" as="geometry">
            <mxPoint x="360" y="590" as="sourcePoint" />
            <mxPoint x="400" y="590" as="targetPoint" />
          </mxGeometry>
        </mxCell>
        <mxCell id="BZ9neWvH9tw47nREzwFn-38" parent="1" style="text;html=1;whiteSpace=wrap;strokeColor=none;fillColor=none;align=center;verticalAlign=middle;rounded=0;fontStyle=1" value="HADDR[31:0]" vertex="1">
          <mxGeometry height="20" width="80" x="275" y="480" as="geometry" />
        </mxCell>
        <mxCell id="BZ9neWvH9tw47nREzwFn-39" parent="1" style="text;html=1;whiteSpace=wrap;strokeColor=none;fillColor=none;align=center;verticalAlign=middle;rounded=0;fontStyle=1" value="HWRITE" vertex="1">
          <mxGeometry height="20" width="60" x="275" y="500" as="geometry" />
        </mxCell>
        <mxCell id="BZ9neWvH9tw47nREzwFn-40" parent="1" style="text;html=1;whiteSpace=wrap;strokeColor=none;fillColor=none;align=center;verticalAlign=middle;rounded=0;fontStyle=1" value="HSIZE[2:0]" vertex="1">
          <mxGeometry height="20" width="70" x="275" y="520" as="geometry" />
        </mxCell>
        <mxCell id="BZ9neWvH9tw47nREzwFn-41" parent="1" style="text;html=1;whiteSpace=wrap;strokeColor=none;fillColor=none;align=center;verticalAlign=middle;rounded=0;fontStyle=1" value="HBURST[2:0]" vertex="1">
          <mxGeometry height="20" width="80" x="275" y="540" as="geometry" />
        </mxCell>
        <mxCell id="BZ9neWvH9tw47nREzwFn-42" parent="1" style="text;html=1;whiteSpace=wrap;strokeColor=none;fillColor=none;align=center;verticalAlign=middle;rounded=0;fontStyle=1" value="HPROT[3:0]" vertex="1">
          <mxGeometry height="20" width="80" x="275" y="560" as="geometry" />
        </mxCell>
        <mxCell id="BZ9neWvH9tw47nREzwFn-43" parent="1" style="text;html=1;whiteSpace=wrap;strokeColor=none;fillColor=none;align=center;verticalAlign=middle;rounded=0;fontStyle=1" value="HTRANS[1:0]" vertex="1">
          <mxGeometry height="20" width="80" x="275" y="580" as="geometry" />
        </mxCell>
        <mxCell id="BZ9neWvH9tw47nREzwFn-44" edge="1" parent="1" style="endArrow=classic;html=1;rounded=0;" value="">
          <mxGeometry height="50" relative="1" width="50" as="geometry">
            <mxPoint x="360" y="610" as="sourcePoint" />
            <mxPoint x="400" y="610" as="targetPoint" />
          </mxGeometry>
        </mxCell>
        <mxCell id="BZ9neWvH9tw47nREzwFn-45" parent="1" style="text;html=1;whiteSpace=wrap;strokeColor=none;fillColor=none;align=center;verticalAlign=middle;rounded=0;fontStyle=1" value="HMASTLOCK" vertex="1">
          <mxGeometry height="20" width="80" x="275" y="600" as="geometry" />
        </mxCell>
        <mxCell id="BZ9neWvH9tw47nREzwFn-46" edge="1" parent="1" style="endArrow=classic;html=1;rounded=0;" value="">
          <mxGeometry height="50" relative="1" width="50" as="geometry">
            <mxPoint x="360" y="649.8" as="sourcePoint" />
            <mxPoint x="400" y="649.8" as="targetPoint" />
          </mxGeometry>
        </mxCell>
        <mxCell id="BZ9neWvH9tw47nREzwFn-47" parent="1" style="text;html=1;whiteSpace=wrap;strokeColor=none;fillColor=none;align=center;verticalAlign=middle;rounded=0;fontStyle=1" value="HWDATA[31:0]" vertex="1">
          <mxGeometry height="20" width="95" x="270" y="640" as="geometry" />
        </mxCell>
        <mxCell id="BZ9neWvH9tw47nREzwFn-49" edge="1" parent="1" style="endArrow=classic;html=1;rounded=0;" value="">
          <mxGeometry height="50" relative="1" width="50" as="geometry">
            <mxPoint x="360" y="380" as="sourcePoint" />
            <mxPoint x="400" y="380" as="targetPoint" />
          </mxGeometry>
        </mxCell>
        <mxCell id="BZ9neWvH9tw47nREzwFn-50" edge="1" parent="1" style="endArrow=classic;html=1;rounded=0;" value="">
          <mxGeometry height="50" relative="1" width="50" as="geometry">
            <mxPoint x="360" y="400" as="sourcePoint" />
            <mxPoint x="400" y="400" as="targetPoint" />
          </mxGeometry>
        </mxCell>
        <mxCell id="BZ9neWvH9tw47nREzwFn-51" edge="1" parent="1" style="endArrow=classic;html=1;rounded=0;" value="">
          <mxGeometry height="50" relative="1" width="50" as="geometry">
            <mxPoint x="360" y="440" as="sourcePoint" />
            <mxPoint x="400" y="440" as="targetPoint" />
          </mxGeometry>
        </mxCell>
        <mxCell id="BZ9neWvH9tw47nREzwFn-52" parent="1" style="text;html=1;whiteSpace=wrap;strokeColor=none;fillColor=none;align=center;verticalAlign=middle;rounded=0;fontStyle=1" value="HCLK" vertex="1">
          <mxGeometry height="20" width="40" x="320" y="370" as="geometry" />
        </mxCell>
        <mxCell id="BZ9neWvH9tw47nREzwFn-53" parent="1" style="text;html=1;whiteSpace=wrap;strokeColor=none;fillColor=none;align=center;verticalAlign=middle;rounded=0;fontStyle=1" value="HRESETn" vertex="1">
          <mxGeometry height="20" width="60" x="300" y="390" as="geometry" />
        </mxCell>
        <mxCell id="BZ9neWvH9tw47nREzwFn-54" parent="1" style="shape=curlyBracket;whiteSpace=wrap;html=1;rounded=1;labelPosition=left;verticalLabelPosition=middle;align=right;verticalAlign=middle;" value="" vertex="1">
          <mxGeometry height="35" width="20" x="230" y="90" as="geometry" />
        </mxCell>
        <mxCell id="BZ9neWvH9tw47nREzwFn-55" parent="1" style="text;html=1;whiteSpace=wrap;strokeColor=none;fillColor=none;align=center;verticalAlign=middle;rounded=0;fontStyle=1" value="HRESP" vertex="1">
          <mxGeometry height="20" width="60" x="300" y="170" as="geometry" />
        </mxCell>
        <mxCell id="BZ9neWvH9tw47nREzwFn-56" parent="1" style="shape=curlyBracket;whiteSpace=wrap;html=1;rounded=1;labelPosition=left;verticalLabelPosition=middle;align=right;verticalAlign=middle;" value="" vertex="1">
          <mxGeometry height="140" width="20" x="230" y="480" as="geometry" />
        </mxCell>
        <mxCell id="BZ9neWvH9tw47nREzwFn-57" parent="1" style="shape=curlyBracket;whiteSpace=wrap;html=1;rounded=1;labelPosition=left;verticalLabelPosition=middle;align=right;verticalAlign=middle;rotation=-180;" value="" vertex="1">
          <mxGeometry height="135" width="20" x="650" y="90" as="geometry" />
        </mxCell>
        <mxCell id="BZ9neWvH9tw47nREzwFn-58" parent="1" style="text;html=1;whiteSpace=wrap;strokeColor=none;fillColor=none;align=center;verticalAlign=middle;rounded=0;fontStyle=1" value="&lt;span style=&quot;font-weight: normal;&quot;&gt;Global signals&lt;/span&gt;" vertex="1">
          <mxGeometry height="20" width="90" x="140" y="97.5" as="geometry" />
        </mxCell>
        <mxCell id="BZ9neWvH9tw47nREzwFn-59" parent="1" style="text;html=1;whiteSpace=wrap;strokeColor=none;fillColor=none;align=center;verticalAlign=middle;rounded=0;fontStyle=1" value="&lt;span style=&quot;font-weight: normal;&quot;&gt;Transfer response&lt;/span&gt;" vertex="1">
          <mxGeometry height="20" width="60" x="170" y="157.5" as="geometry" />
        </mxCell>
        <mxCell id="BZ9neWvH9tw47nREzwFn-60" parent="1" style="text;html=1;whiteSpace=wrap;strokeColor=none;fillColor=none;align=center;verticalAlign=middle;rounded=0;fontStyle=1" value="&lt;span style=&quot;font-weight: normal;&quot;&gt;Data&lt;/span&gt;" vertex="1">
          <mxGeometry height="20" width="60" x="170" y="250" as="geometry" />
        </mxCell>
        <mxCell id="BZ9neWvH9tw47nREzwFn-61" parent="1" style="text;html=1;whiteSpace=wrap;strokeColor=none;fillColor=none;align=center;verticalAlign=middle;rounded=0;fontStyle=1" value="&lt;span style=&quot;font-weight: normal;&quot;&gt;Address and control signals&lt;/span&gt;" vertex="1">
          <mxGeometry height="37.5" width="90" x="670" y="140" as="geometry" />
        </mxCell>
        <mxCell id="BZ9neWvH9tw47nREzwFn-62" parent="1" style="shape=curlyBracket;whiteSpace=wrap;html=1;rounded=1;labelPosition=left;verticalLabelPosition=middle;align=right;verticalAlign=middle;" value="" vertex="1">
          <mxGeometry height="35" width="20" x="230" y="150" as="geometry" />
        </mxCell>
        <mxCell id="BZ9neWvH9tw47nREzwFn-63" parent="1" style="text;html=1;whiteSpace=wrap;strokeColor=none;fillColor=none;align=center;verticalAlign=middle;rounded=0;fontStyle=1" value="&lt;span style=&quot;font-weight: normal;&quot;&gt;Address and control signals&lt;/span&gt;" vertex="1">
          <mxGeometry height="37.5" width="90" x="140" y="531" as="geometry" />
        </mxCell>
        <mxCell id="BZ9neWvH9tw47nREzwFn-64" parent="1" style="shape=curlyBracket;whiteSpace=wrap;html=1;rounded=1;labelPosition=left;verticalLabelPosition=middle;align=right;verticalAlign=middle;" value="" vertex="1">
          <mxGeometry height="35" width="20" x="230" y="375" as="geometry" />
        </mxCell>
        <mxCell id="BZ9neWvH9tw47nREzwFn-65" parent="1" style="text;html=1;whiteSpace=wrap;strokeColor=none;fillColor=none;align=center;verticalAlign=middle;rounded=0;fontStyle=1" value="&lt;span style=&quot;font-weight: normal;&quot;&gt;Global signals&lt;/span&gt;" vertex="1">
          <mxGeometry height="20" width="90" x="140" y="382.5" as="geometry" />
        </mxCell>
        <mxCell id="BZ9neWvH9tw47nREzwFn-66" parent="1" style="text;html=1;whiteSpace=wrap;strokeColor=none;fillColor=none;align=center;verticalAlign=middle;rounded=0;fontStyle=1" value="&lt;span style=&quot;font-weight: normal;&quot;&gt;Data&lt;/span&gt;" vertex="1">
          <mxGeometry height="20" width="60" x="670" y="250" as="geometry" />
        </mxCell>
        <mxCell id="BZ9neWvH9tw47nREzwFn-67" edge="1" parent="1" style="endArrow=classic;html=1;rounded=0;" value="">
          <mxGeometry height="50" relative="1" width="50" as="geometry">
            <mxPoint x="520" y="490" as="sourcePoint" />
            <mxPoint x="560" y="490" as="targetPoint" />
          </mxGeometry>
        </mxCell>
        <mxCell id="BZ9neWvH9tw47nREzwFn-68" edge="1" parent="1" style="endArrow=classic;html=1;rounded=0;" value="">
          <mxGeometry height="50" relative="1" width="50" as="geometry">
            <mxPoint x="520" y="510" as="sourcePoint" />
            <mxPoint x="560" y="510" as="targetPoint" />
          </mxGeometry>
        </mxCell>
        <mxCell id="BZ9neWvH9tw47nREzwFn-69" parent="1" style="text;html=1;whiteSpace=wrap;strokeColor=none;fillColor=none;align=center;verticalAlign=middle;rounded=0;fontStyle=1" value="HREADY" vertex="1">
          <mxGeometry height="20" width="60" x="560" y="480" as="geometry" />
        </mxCell>
        <mxCell id="BZ9neWvH9tw47nREzwFn-70" parent="1" style="text;html=1;whiteSpace=wrap;strokeColor=none;fillColor=none;align=center;verticalAlign=middle;rounded=0;fontStyle=1" value="HRESP" vertex="1">
          <mxGeometry height="20" width="60" x="560" y="500" as="geometry" />
        </mxCell>
        <mxCell id="BZ9neWvH9tw47nREzwFn-71" edge="1" parent="1" style="endArrow=classic;html=1;rounded=0;" value="">
          <mxGeometry height="50" relative="1" width="50" as="geometry">
            <mxPoint x="520" y="649.6600000000001" as="sourcePoint" />
            <mxPoint x="560" y="649.6600000000001" as="targetPoint" />
          </mxGeometry>
        </mxCell>
        <mxCell id="BZ9neWvH9tw47nREzwFn-72" parent="1" style="text;html=1;whiteSpace=wrap;strokeColor=none;fillColor=none;align=center;verticalAlign=middle;rounded=0;fontStyle=1" value="HRDATA[31:0]" vertex="1">
          <mxGeometry height="20" width="90" x="560" y="640" as="geometry" />
        </mxCell>
        <mxCell id="BZ9neWvH9tw47nREzwFn-73" parent="1" style="text;html=1;whiteSpace=wrap;strokeColor=none;fillColor=none;align=center;verticalAlign=middle;rounded=0;fontStyle=1" value="&lt;span style=&quot;font-weight: normal;&quot;&gt;Data&lt;/span&gt;" vertex="1">
          <mxGeometry height="20" width="60" x="155" y="640" as="geometry" />
        </mxCell>
        <mxCell id="BZ9neWvH9tw47nREzwFn-74" parent="1" style="text;html=1;whiteSpace=wrap;strokeColor=none;fillColor=none;align=center;verticalAlign=middle;rounded=0;fontStyle=1" value="&lt;span style=&quot;font-weight: normal;&quot;&gt;Data&lt;/span&gt;" vertex="1">
          <mxGeometry height="20" width="50" x="675" y="640" as="geometry" />
        </mxCell>
        <mxCell id="BZ9neWvH9tw47nREzwFn-75" parent="1" style="text;html=1;whiteSpace=wrap;strokeColor=none;fillColor=none;align=center;verticalAlign=middle;rounded=0;fontStyle=1" value="&lt;span style=&quot;font-weight: normal;&quot;&gt;Transfer response&lt;/span&gt;" vertex="1">
          <mxGeometry height="20" width="60" x="670" y="487.5" as="geometry" />
        </mxCell>
        <mxCell id="BZ9neWvH9tw47nREzwFn-76" parent="1" style="shape=curlyBracket;whiteSpace=wrap;html=1;rounded=1;labelPosition=left;verticalLabelPosition=middle;align=right;verticalAlign=middle;rotation=-180;" value="" vertex="1">
          <mxGeometry height="35" width="20" x="640" y="480" as="geometry" />
        </mxCell>
        <mxCell id="BZ9neWvH9tw47nREzwFn-77" parent="1" style="text;html=1;whiteSpace=wrap;strokeColor=none;fillColor=none;align=center;verticalAlign=middle;rounded=0;fontStyle=1" value="&lt;span style=&quot;font-weight: normal;&quot;&gt;Select signal&lt;/span&gt;" vertex="1">
          <mxGeometry height="20" width="90" x="140" y="430" as="geometry" />
        </mxCell>
      </root>
    </mxGraphModel>
  </diagram>
  <diagram id="Hd4ECfvz_bm4RMetZK8C" name="Master Interface">
    <mxGraphModel dx="764" dy="1105" grid="1" gridSize="10" guides="1" tooltips="1" connect="1" arrows="1" fold="1" page="1" pageScale="1" pageWidth="850" pageHeight="1100" math="0" shadow="0">
      <root>
        <mxCell id="0" />
        <mxCell id="1" parent="0" />
      </root>
    </mxGraphModel>
  </diagram>
  <diagram id="AYzUWjTrgIps4r00h7mQ" name="Master FSM">
    <mxGraphModel dx="437" dy="631" grid="1" gridSize="10" guides="1" tooltips="1" connect="1" arrows="1" fold="1" page="1" pageScale="1" pageWidth="850" pageHeight="1100" math="0" shadow="0">
      <root>
        <mxCell id="0" />
        <mxCell id="1" parent="0" />
        <mxCell id="gUlQ52oibdo8bB1fHUDe-6" edge="1" parent="1" source="gUlQ52oibdo8bB1fHUDe-1" style="edgeStyle=orthogonalEdgeStyle;rounded=0;orthogonalLoop=1;jettySize=auto;html=1;exitX=1;exitY=0.5;exitDx=0;exitDy=0;entryX=0;entryY=0.5;entryDx=0;entryDy=0;" target="gUlQ52oibdo8bB1fHUDe-2">
          <mxGeometry relative="1" as="geometry" />
        </mxCell>
        <mxCell id="gUlQ52oibdo8bB1fHUDe-8" edge="1" parent="1" source="gUlQ52oibdo8bB1fHUDe-1" style="edgeStyle=orthogonalEdgeStyle;rounded=0;orthogonalLoop=1;jettySize=auto;html=1;entryX=0.5;entryY=0;entryDx=0;entryDy=0;" target="gUlQ52oibdo8bB1fHUDe-5">
          <mxGeometry relative="1" as="geometry" />
        </mxCell>
        <mxCell id="gUlQ52oibdo8bB1fHUDe-1" parent="1" style="ellipse;whiteSpace=wrap;html=1;" value="IDLE" vertex="1">
          <mxGeometry height="80" width="120" x="200" y="200" as="geometry" />
        </mxCell>
        <mxCell id="gUlQ52oibdo8bB1fHUDe-7" edge="1" parent="1" source="gUlQ52oibdo8bB1fHUDe-2" style="edgeStyle=orthogonalEdgeStyle;rounded=0;orthogonalLoop=1;jettySize=auto;html=1;entryX=0.5;entryY=0;entryDx=0;entryDy=0;" target="gUlQ52oibdo8bB1fHUDe-3">
          <mxGeometry relative="1" as="geometry" />
        </mxCell>
        <mxCell id="gUlQ52oibdo8bB1fHUDe-2" parent="1" style="ellipse;whiteSpace=wrap;html=1;" value="WR_ADDR_PHASE" vertex="1">
          <mxGeometry height="80" width="120" x="440" y="200" as="geometry" />
        </mxCell>
        <mxCell id="gUlQ52oibdo8bB1fHUDe-10" edge="1" parent="1" source="gUlQ52oibdo8bB1fHUDe-3" style="edgeStyle=orthogonalEdgeStyle;rounded=0;orthogonalLoop=1;jettySize=auto;html=1;entryX=0.5;entryY=0;entryDx=0;entryDy=0;" target="gUlQ52oibdo8bB1fHUDe-9">
          <mxGeometry relative="1" as="geometry" />
        </mxCell>
        <mxCell id="8WBKzOnGMAMBHIHuB8Qa-4" edge="1" parent="1" source="gUlQ52oibdo8bB1fHUDe-3" style="edgeStyle=orthogonalEdgeStyle;rounded=0;orthogonalLoop=1;jettySize=auto;html=1;entryX=1;entryY=0.5;entryDx=0;entryDy=0;" target="gUlQ52oibdo8bB1fHUDe-5">
          <mxGeometry relative="1" as="geometry" />
        </mxCell>
        <mxCell id="gUlQ52oibdo8bB1fHUDe-3" parent="1" style="ellipse;whiteSpace=wrap;html=1;" value="WR_DATA_PHASE" vertex="1">
          <mxGeometry height="80" width="120" x="440" y="360" as="geometry" />
        </mxCell>
        <mxCell id="gUlQ52oibdo8bB1fHUDe-11" edge="1" parent="1" source="gUlQ52oibdo8bB1fHUDe-4" style="edgeStyle=orthogonalEdgeStyle;rounded=0;orthogonalLoop=1;jettySize=auto;html=1;entryX=0;entryY=0.5;entryDx=0;entryDy=0;" target="gUlQ52oibdo8bB1fHUDe-9">
          <mxGeometry relative="1" as="geometry" />
        </mxCell>
        <mxCell id="8WBKzOnGMAMBHIHuB8Qa-6" edge="1" parent="1" source="gUlQ52oibdo8bB1fHUDe-4" style="edgeStyle=orthogonalEdgeStyle;rounded=0;orthogonalLoop=1;jettySize=auto;html=1;exitX=0;exitY=0.5;exitDx=0;exitDy=0;entryX=0;entryY=0.5;entryDx=0;entryDy=0;" target="gUlQ52oibdo8bB1fHUDe-1">
          <mxGeometry relative="1" as="geometry">
            <Array as="points">
              <mxPoint x="160.03" y="560.03" />
              <mxPoint x="160.03" y="240.03" />
            </Array>
          </mxGeometry>
        </mxCell>
        <mxCell id="gUlQ52oibdo8bB1fHUDe-4" parent="1" style="ellipse;whiteSpace=wrap;html=1;" value="RD_DATA_PHASE" vertex="1">
          <mxGeometry height="80" width="120" x="200" y="520" as="geometry" />
        </mxCell>
        <mxCell id="8WBKzOnGMAMBHIHuB8Qa-3" edge="1" parent="1" source="gUlQ52oibdo8bB1fHUDe-5" style="edgeStyle=orthogonalEdgeStyle;rounded=0;orthogonalLoop=1;jettySize=auto;html=1;" target="gUlQ52oibdo8bB1fHUDe-4" value="">
          <mxGeometry relative="1" as="geometry" />
        </mxCell>
        <mxCell id="gUlQ52oibdo8bB1fHUDe-5" parent="1" style="ellipse;whiteSpace=wrap;html=1;" value="RD_ADDR_PHASE" vertex="1">
          <mxGeometry height="80" width="120" x="200" y="360" as="geometry" />
        </mxCell>
        <mxCell id="gUlQ52oibdo8bB1fHUDe-9" parent="1" style="ellipse;whiteSpace=wrap;html=1;" value="WAIT_STATE" vertex="1">
          <mxGeometry height="80" width="120" x="440" y="520" as="geometry" />
        </mxCell>
        <mxCell id="8WBKzOnGMAMBHIHuB8Qa-1" edge="1" parent="1" source="gUlQ52oibdo8bB1fHUDe-5" style="endArrow=classic;html=1;rounded=0;entryX=0;entryY=0;entryDx=0;entryDy=0;exitX=1;exitY=1;exitDx=0;exitDy=0;" target="gUlQ52oibdo8bB1fHUDe-9" value="">
          <mxGeometry height="50" relative="1" width="50" as="geometry">
            <mxPoint x="350" y="490" as="sourcePoint" />
            <mxPoint x="400" y="440" as="targetPoint" />
          </mxGeometry>
        </mxCell>
        <mxCell id="8WBKzOnGMAMBHIHuB8Qa-5" edge="1" parent="1" source="gUlQ52oibdo8bB1fHUDe-3" style="endArrow=classic;html=1;rounded=0;exitX=0;exitY=0;exitDx=0;exitDy=0;entryX=1;entryY=1;entryDx=0;entryDy=0;" target="gUlQ52oibdo8bB1fHUDe-1" value="">
          <mxGeometry height="50" relative="1" width="50" as="geometry">
            <mxPoint x="370" y="340" as="sourcePoint" />
            <mxPoint x="420" y="290" as="targetPoint" />
          </mxGeometry>
        </mxCell>
      </root>
    </mxGraphModel>
  </diagram>
</mxfile>
